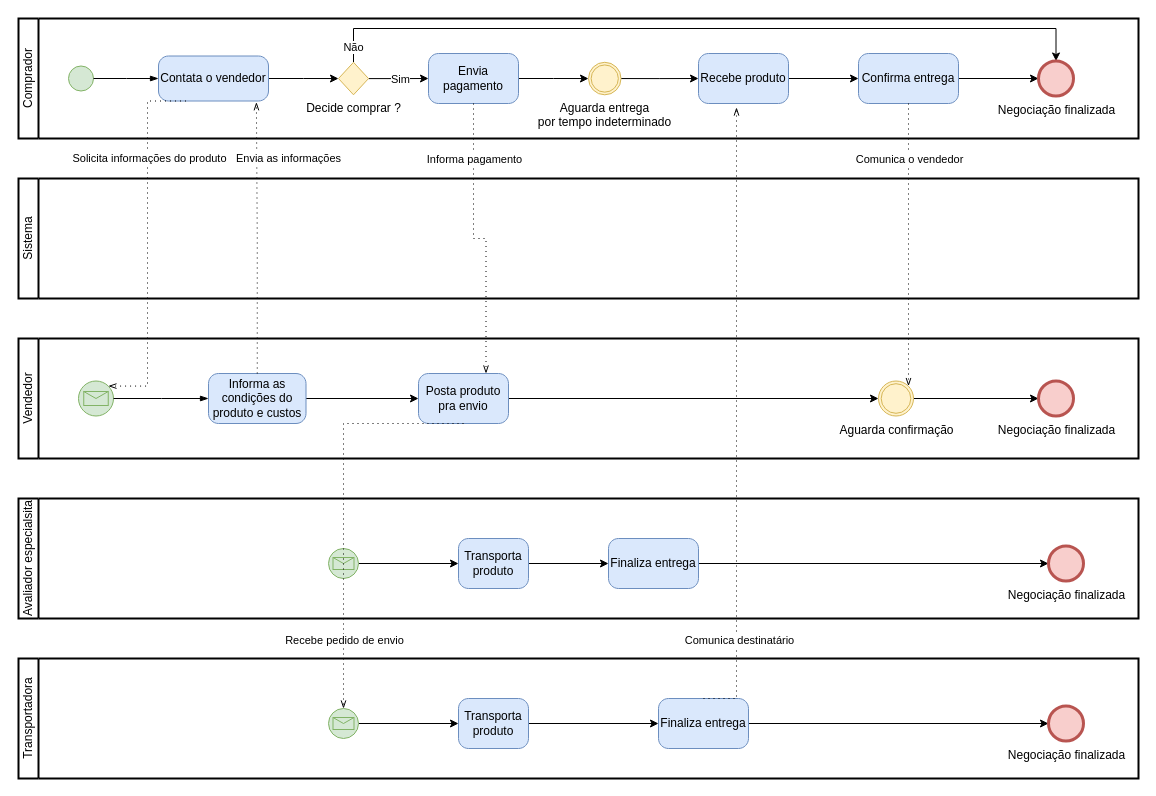
Earlier version of the draw.io diagram page "Modelo To Be" (2 of 2) of ModelagemProcessoNegocio.drawio (luca-moraes/projetoCorintoModelagem). Source tidied: cells renumbered, new cells numbered last; positions are measured from the earlier drawing's top-left corner, leaving out a move shared by most shapes. Both pictures are drawn from the tidied source at 100%, with x=0, y=0 at pixel (18, 18).
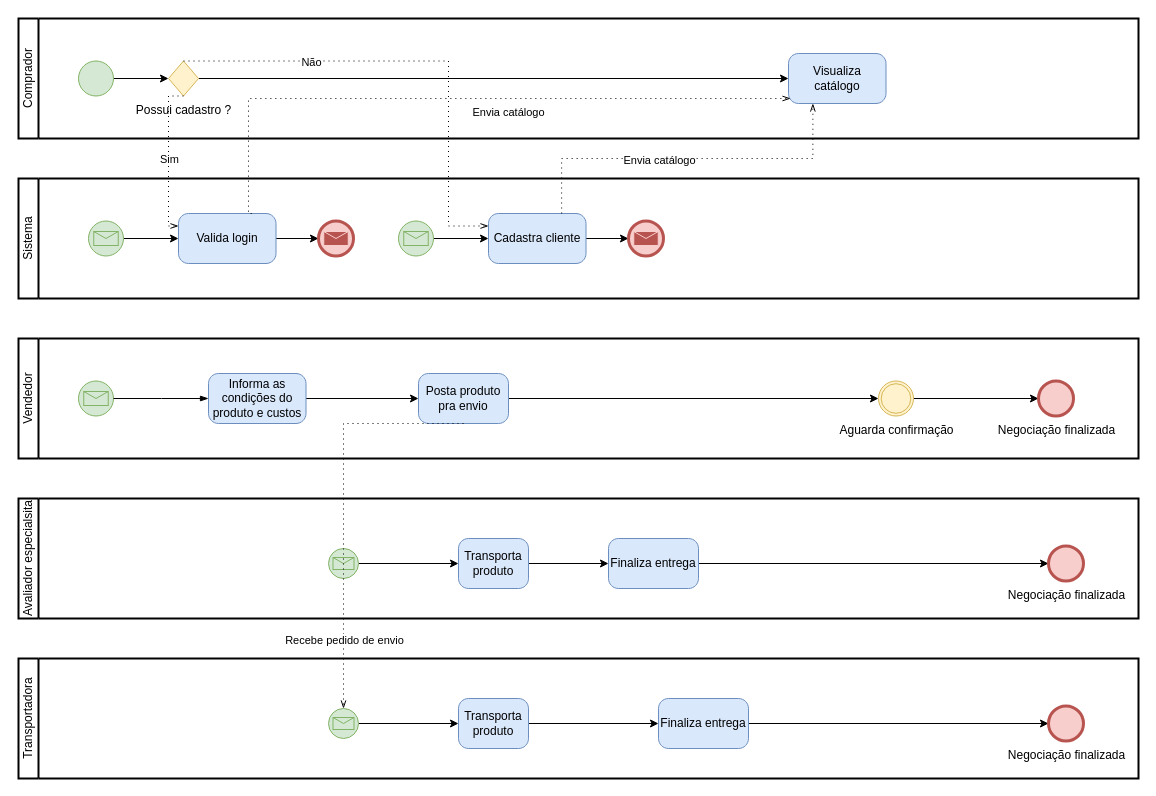
Above is the later version.

The change refers to these unchanged cells:
```xml
<mxCell id="2" value="Sistema" style="swimlane;html=1;startSize=20;fontStyle=0;horizontal=0;swimlaneLine=1;swimlaneFillColor=#ffffff;strokeWidth=2;whiteSpace=wrap;" parent="1" vertex="1">
  <mxGeometry y="160" width="1120" height="120" as="geometry" />
</mxCell>
<mxCell id="5" value="Finaliza entrega" style="points=[[0.25,0,0],[0.5,0,0],[0.75,0,0],[1,0.25,0],[1,0.5,0],[1,0.75,0],[0.75,1,0],[0.5,1,0],[0.25,1,0],[0,0.75,0],[0,0.5,0],[0,0.25,0]];shape=mxgraph.bpmn.task;whiteSpace=wrap;rectStyle=rounded;size=10;html=1;taskMarker=abstract;fillColor=#dae8fc;strokeColor=#6c8ebf;" parent="3" vertex="1">
  <mxGeometry x="640" y="40" width="90" height="50" as="geometry" />
</mxCell>
<mxCell id="19" value="Comprador" style="swimlane;html=1;startSize=20;fontStyle=0;horizontal=0;swimlaneLine=1;swimlaneFillColor=#ffffff;strokeWidth=2;whiteSpace=wrap;" parent="1" vertex="1">
  <mxGeometry width="1120" height="120" as="geometry" />
</mxCell>
<mxCell id="40" value="Informa as condições do produto e custos" style="points=[[0.25,0,0],[0.5,0,0],[0.75,0,0],[1,0.25,0],[1,0.5,0],[1,0.75,0],[0.75,1,0],[0.5,1,0],[0.25,1,0],[0,0.75,0],[0,0.5,0],[0,0.25,0]];shape=mxgraph.bpmn.task;whiteSpace=wrap;rectStyle=rounded;size=10;html=1;taskMarker=abstract;fillColor=#dae8fc;strokeColor=#6c8ebf;" parent="38" vertex="1">
  <mxGeometry x="190" y="35" width="97.5" height="50" as="geometry" />
</mxCell>
<mxCell id="41" style="points=[[0.145,0.145,0],[0.5,0,0],[0.855,0.145,0],[1,0.5,0],[0.855,0.855,0],[0.5,1,0],[0.145,0.855,0],[0,0.5,0]];shape=mxgraph.bpmn.event;html=1;verticalLabelPosition=bottom;labelBackgroundColor=#ffffff;verticalAlign=top;align=center;perimeter=ellipsePerimeter;outlineConnect=0;outline=standard;symbol=message;fillColor=#d5e8d4;strokeColor=#82b366;" parent="38" vertex="1">
  <mxGeometry x="60" y="42.5" width="35" height="35" as="geometry" />
</mxCell>
<mxCell id="44" value="Posta produto pra envio" style="points=[[0.25,0,0],[0.5,0,0],[0.75,0,0],[1,0.25,0],[1,0.5,0],[1,0.75,0],[0.75,1,0],[0.5,1,0],[0.25,1,0],[0,0.75,0],[0,0.5,0],[0,0.25,0]];shape=mxgraph.bpmn.task;whiteSpace=wrap;rectStyle=rounded;size=10;html=1;taskMarker=abstract;fillColor=#dae8fc;strokeColor=#6c8ebf;" parent="38" vertex="1">
  <mxGeometry x="400" y="35" width="90" height="50" as="geometry" />
</mxCell>
<mxCell id="46" value="Aguarda confirmação" style="points=[[0.145,0.145,0],[0.5,0,0],[0.855,0.145,0],[1,0.5,0],[0.855,0.855,0],[0.5,1,0],[0.145,0.855,0],[0,0.5,0]];shape=mxgraph.bpmn.event;html=1;verticalLabelPosition=bottom;labelBackgroundColor=#ffffff;verticalAlign=top;align=center;perimeter=ellipsePerimeter;outlineConnect=0;outline=throwing;symbol=general;fillColor=#fff2cc;strokeColor=#d6b656;" parent="38" vertex="1">
  <mxGeometry x="860" y="42.5" width="35" height="35" as="geometry" />
</mxCell>
```

What changed in the source:
```diff
@@
+    <mxCell id="60" style="edgeStyle=orthogonalEdgeStyle;rounded=0;jettySize=auto;html=1;" parent="2" edge="1" source="61" target="63">
+      <mxGeometry relative="1" as="geometry" />
+    </mxCell>
+    <mxCell id="61" style="points=[[0.145,0.145,0],[0.5,0,0],[0.855,0.145,0],[1,0.5,0],[0.855,0.855,0],[0.5,1,0],[0.145,0.855,0],[0,0.5,0]];shape=mxgraph.bpmn.event;html=1;verticalLabelPosition=bottom;labelBackgroundColor=#ffffff;verticalAlign=top;align=center;perimeter=ellipsePerimeter;outlineConnect=0;outline=standard;symbol=message;fillColor=#d5e8d4;strokeColor=#82b366;" parent="2" vertex="1">
+      <mxGeometry x="70" y="42.5" width="35" height="35" as="geometry" />
+    </mxCell>
+    <mxCell id="62" style="edgeStyle=orthogonalEdgeStyle;rounded=0;jettySize=auto;html=1;entryX=0;entryY=0.5;entryDx=0;entryDy=0;entryPerimeter=0;" parent="2" edge="1" source="63" target="64">
+      <mxGeometry relative="1" as="geometry" />
+    </mxCell>
+    <mxCell id="63" value="Valida login" style="points=[[0.25,0,0],[0.5,0,0],[0.75,0,0],[1,0.25,0],[1,0.5,0],[1,0.75,0],[0.75,1,0],[0.5,1,0],[0.25,1,0],[0,0.75,0],[0,0.5,0],[0,0.25,0]];shape=mxgraph.bpmn.task;whiteSpace=wrap;rectStyle=rounded;size=10;html=1;taskMarker=abstract;fillColor=#dae8fc;strokeColor=#6c8ebf;" parent="2" vertex="1">
+      <mxGeometry x="160" y="35" width="97.5" height="50" as="geometry" />
+    </mxCell>
+    <mxCell id="64" style="points=[[0.145,0.145,0],[0.5,0,0],[0.855,0.145,0],[1,0.5,0],[0.855,0.855,0],[0.5,1,0],[0.145,0.855,0],[0,0.5,0]];shape=mxgraph.bpmn.event;html=1;verticalLabelPosition=bottom;labelBackgroundColor=#ffffff;verticalAlign=top;align=center;perimeter=ellipsePerimeter;outlineConnect=0;outline=end;symbol=message;fillColor=#f8cecc;strokeColor=#b85450;" parent="2" vertex="1">
+      <mxGeometry x="300" y="42.5" width="35" height="35" as="geometry" />
+    </mxCell>
+    <mxCell id="65" style="edgeStyle=orthogonalEdgeStyle;rounded=0;jettySize=auto;html=1;entryX=0;entryY=0.5;entryDx=0;entryDy=0;entryPerimeter=0;" parent="2" edge="1" source="66" target="68">
+      <mxGeometry relative="1" as="geometry" />
+    </mxCell>
+    <mxCell id="66" style="points=[[0.145,0.145,0],[0.5,0,0],[0.855,0.145,0],[1,0.5,0],[0.855,0.855,0],[0.5,1,0],[0.145,0.855,0],[0,0.5,0]];shape=mxgraph.bpmn.event;html=1;verticalLabelPosition=bottom;labelBackgroundColor=#ffffff;verticalAlign=top;align=center;perimeter=ellipsePerimeter;outlineConnect=0;outline=standard;symbol=message;fillColor=#d5e8d4;strokeColor=#82b366;" parent="2" vertex="1">
+      <mxGeometry x="380" y="42.5" width="35" height="35" as="geometry" />
+    </mxCell>
+    <mxCell id="67" style="edgeStyle=orthogonalEdgeStyle;rounded=0;jettySize=auto;html=1;" parent="2" edge="1" source="68" target="69">
+      <mxGeometry relative="1" as="geometry" />
+    </mxCell>
+    <mxCell id="68" value="Cadastra cliente" style="points=[[0.25,0,0],[0.5,0,0],[0.75,0,0],[1,0.25,0],[1,0.5,0],[1,0.75,0],[0.75,1,0],[0.5,1,0],[0.25,1,0],[0,0.75,0],[0,0.5,0],[0,0.25,0]];shape=mxgraph.bpmn.task;whiteSpace=wrap;rectStyle=rounded;size=10;html=1;taskMarker=abstract;fillColor=#dae8fc;strokeColor=#6c8ebf;" parent="2" vertex="1">
+      <mxGeometry x="470" y="35" width="97.5" height="50" as="geometry" />
+    </mxCell>
+    <mxCell id="69" style="points=[[0.145,0.145,0],[0.5,0,0],[0.855,0.145,0],[1,0.5,0],[0.855,0.855,0],[0.5,1,0],[0.145,0.855,0],[0,0.5,0]];shape=mxgraph.bpmn.event;html=1;verticalLabelPosition=bottom;labelBackgroundColor=#ffffff;verticalAlign=top;align=center;perimeter=ellipsePerimeter;outlineConnect=0;outline=end;symbol=message;fillColor=#f8cecc;strokeColor=#b85450;" parent="2" vertex="1">
+      <mxGeometry x="610" y="42.5" width="35" height="35" as="geometry" />
+    </mxCell>
@@
-    <mxCell id="20" style="points=[[0.145,0.145,0],[0.5,0,0],[0.855,0.145,0],[1,0.5,0],[0.855,0.855,0],[0.5,1,0],[0.145,0.855,0],[0,0.5,0]];shape=mxgraph.bpmn.event;html=1;verticalLabelPosition=bottom;labelBackgroundColor=#ffffff;verticalAlign=top;align=center;perimeter=ellipsePerimeter;outlineConnect=0;outline=standard;symbol=general;fillColor=#d5e8d4;strokeColor=#82b366;" parent="19" vertex="1">
-      <mxGeometry x="50" y="47.5" width="25" height="25" as="geometry" />
-    </mxCell>
-    <mxCell id="21" style="edgeStyle=orthogonalEdgeStyle;rounded=0;jettySize=auto;html=1;entryX=0;entryY=0.5;entryDx=0;entryDy=0;entryPerimeter=0;" parent="19" edge="1" source="22" target="28">
-      <mxGeometry relative="1" as="geometry" />
-    </mxCell>
-    <mxCell id="22" value="Contata o vendedor" style="points=[[0.25,0,0],[0.5,0,0],[0.75,0,0],[1,0.25,0],[1,0.5,0],[1,0.75,0],[0.75,1,0],[0.5,1,0],[0.25,1,0],[0,0.75,0],[0,0.5,0],[0,0.25,0]];shape=mxgraph.bpmn.task;whiteSpace=wrap;rectStyle=rounded;size=10;html=1;taskMarker=abstract;fillColor=#dae8fc;strokeColor=#6c8ebf;" parent="19" vertex="1">
-      <mxGeometry x="140" y="37.5" width="110" height="45" as="geometry" />
-    </mxCell>
-    <mxCell id="23" style="edgeStyle=elbowEdgeStyle;fontSize=12;html=1;endArrow=blockThin;endFill=1;rounded=0;exitX=1;exitY=0.5;exitDx=0;exitDy=0;exitPerimeter=0;entryX=0;entryY=0.5;entryDx=0;entryDy=0;entryPerimeter=0;" parent="19" edge="1" source="20" target="22">
-      <mxGeometry relative="1" as="geometry" />
-    </mxCell>
-    <mxCell id="24" style="edgeStyle=orthogonalEdgeStyle;rounded=0;jettySize=auto;html=1;entryX=0;entryY=0.5;entryDx=0;entryDy=0;entryPerimeter=0;" parent="19" edge="1" source="28" target="30">
-      <mxGeometry relative="1" as="geometry" />
-    </mxCell>
-    <mxCell id="25" value="Sim" style="edgeLabel;html=1;align=center;verticalAlign=middle;" parent="24" vertex="1">
-      <mxGeometry x="0.07" relative="1" as="geometry" />
-    </mxCell>
-    <mxCell id="26" style="edgeStyle=orthogonalEdgeStyle;rounded=0;jettySize=auto;html=1;entryX=0.5;entryY=0;entryDx=0;entryDy=0;entryPerimeter=0;" parent="19" edge="1" source="28" target="37">
-      <mxGeometry relative="1" as="geometry">
-        <Array as="points">
-          <mxPoint x="335" y="10" />
-          <mxPoint x="1038" y="10" />
-        </Array>
-      </mxGeometry>
-    </mxCell>
-    <mxCell id="27" value="Não" style="edgeLabel;html=1;align=center;verticalAlign=middle;" parent="26" vertex="1">
-      <mxGeometry x="-0.96" y="1" relative="1" as="geometry" />
-    </mxCell>
-    <mxCell id="28" value="Decide comprar ?" style="points=[[0.25,0.25,0],[0.5,0,0],[0.75,0.25,0],[1,0.5,0],[0.75,0.75,0],[0.5,1,0],[0.25,0.75,0],[0,0.5,0]];shape=mxgraph.bpmn.gateway2;html=1;verticalLabelPosition=bottom;labelBackgroundColor=#ffffff;verticalAlign=top;align=center;perimeter=rhombusPerimeter;outlineConnect=0;outline=none;symbol=none;fillColor=#fff2cc;strokeColor=#d6b656;" parent="19" vertex="1">
-      <mxGeometry x="320" y="43.8" width="30" height="32.5" as="geometry" />
-    </mxCell>
-    <mxCell id="29" style="edgeStyle=orthogonalEdgeStyle;rounded=0;jettySize=auto;html=1;entryX=0;entryY=0.5;entryDx=0;entryDy=0;entryPerimeter=0;" parent="19" edge="1" source="30" target="34">
-      <mxGeometry relative="1" as="geometry" />
-    </mxCell>
-    <mxCell id="30" value="Envia pagamento" style="points=[[0.25,0,0],[0.5,0,0],[0.75,0,0],[1,0.25,0],[1,0.5,0],[1,0.75,0],[0.75,1,0],[0.5,1,0],[0.25,1,0],[0,0.75,0],[0,0.5,0],[0,0.25,0]];shape=mxgraph.bpmn.task;whiteSpace=wrap;rectStyle=rounded;size=10;html=1;taskMarker=abstract;fillColor=#dae8fc;strokeColor=#6c8ebf;" parent="19" vertex="1">
-      <mxGeometry x="410" y="35" width="90" height="50" as="geometry" />
-    </mxCell>
-    <mxCell id="31" style="edgeStyle=orthogonalEdgeStyle;rounded=0;jettySize=auto;html=1;entryX=0;entryY=0.5;entryDx=0;entryDy=0;entryPerimeter=0;" parent="19" edge="1" source="32" target="36">
-      <mxGeometry relative="1" as="geometry" />
-    </mxCell>
-    <mxCell id="32" value="Recebe produto" style="points=[[0.25,0,0],[0.5,0,0],[0.75,0,0],[1,0.25,0],[1,0.5,0],[1,0.75,0],[0.75,1,0],[0.5,1,0],[0.25,1,0],[0,0.75,0],[0,0.5,0],[0,0.25,0]];shape=mxgraph.bpmn.task;whiteSpace=wrap;rectStyle=rounded;size=10;html=1;taskMarker=abstract;fillColor=#dae8fc;strokeColor=#6c8ebf;" parent="19" vertex="1">
-      <mxGeometry x="680" y="35" width="90" height="50" as="geometry" />
-    </mxCell>
-    <mxCell id="33" style="edgeStyle=orthogonalEdgeStyle;rounded=0;jettySize=auto;html=1;exitX=1;exitY=0.5;exitDx=0;exitDy=0;exitPerimeter=0;" parent="19" edge="1" source="34" target="32">
-      <mxGeometry relative="1" as="geometry" />
-    </mxCell>
-    <mxCell id="34" value="Aguarda entrega &lt;br&gt;por tempo indeterminado" style="points=[[0.145,0.145,0],[0.5,0,0],[0.855,0.145,0],[1,0.5,0],[0.855,0.855,0],[0.5,1,0],[0.145,0.855,0],[0,0.5,0]];shape=mxgraph.bpmn.event;html=1;verticalLabelPosition=bottom;labelBackgroundColor=#ffffff;verticalAlign=top;align=center;perimeter=ellipsePerimeter;outlineConnect=0;outline=throwing;symbol=general;fillColor=#fff2cc;strokeColor=#d6b656;" parent="19" vertex="1">
-      <mxGeometry x="570" y="43.8" width="32.5" height="32.5" as="geometry" />
-    </mxCell>
-    <mxCell id="35" style="edgeStyle=orthogonalEdgeStyle;rounded=0;jettySize=auto;html=1;" parent="19" edge="1" source="36" target="37">
-      <mxGeometry relative="1" as="geometry" />
-    </mxCell>
-    <mxCell id="36" value="Confirma entrega" style="points=[[0.25,0,0],[0.5,0,0],[0.75,0,0],[1,0.25,0],[1,0.5,0],[1,0.75,0],[0.75,1,0],[0.5,1,0],[0.25,1,0],[0,0.75,0],[0,0.5,0],[0,0.25,0]];shape=mxgraph.bpmn.task;whiteSpace=wrap;rectStyle=rounded;size=10;html=1;taskMarker=abstract;fillColor=#dae8fc;strokeColor=#6c8ebf;" parent="19" vertex="1">
-      <mxGeometry x="840" y="35" width="100" height="50" as="geometry" />
-    </mxCell>
-    <mxCell id="37" value="Negociação finalizada" style="points=[[0.145,0.145,0],[0.5,0,0],[0.855,0.145,0],[1,0.5,0],[0.855,0.855,0],[0.5,1,0],[0.145,0.855,0],[0,0.5,0]];shape=mxgraph.bpmn.event;html=1;verticalLabelPosition=bottom;labelBackgroundColor=#ffffff;verticalAlign=top;align=center;perimeter=ellipsePerimeter;outlineConnect=0;outline=end;symbol=terminate2;fillColor=#f8cecc;strokeColor=#b85450;" parent="19" vertex="1">
-      <mxGeometry x="1020" y="42.5" width="35" height="35" as="geometry" />
-    </mxCell>
+    <mxCell id="70" style="edgeStyle=orthogonalEdgeStyle;rounded=0;jettySize=auto;html=1;entryX=0;entryY=0.5;entryDx=0;entryDy=0;entryPerimeter=0;" parent="19" edge="1" source="71" target="73">
+      <mxGeometry relative="1" as="geometry" />
+    </mxCell>
+    <mxCell id="71" style="points=[[0.145,0.145,0],[0.5,0,0],[0.855,0.145,0],[1,0.5,0],[0.855,0.855,0],[0.5,1,0],[0.145,0.855,0],[0,0.5,0]];shape=mxgraph.bpmn.event;html=1;verticalLabelPosition=bottom;labelBackgroundColor=#ffffff;verticalAlign=top;align=center;perimeter=ellipsePerimeter;outlineConnect=0;outline=standard;symbol=general;fillColor=#d5e8d4;strokeColor=#82b366;" parent="19" vertex="1">
+      <mxGeometry x="60" y="42.5" width="35" height="35" as="geometry" />
+    </mxCell>
+    <mxCell id="72" style="edgeStyle=orthogonalEdgeStyle;rounded=0;jettySize=auto;html=1;entryX=0;entryY=0.5;entryDx=0;entryDy=0;entryPerimeter=0;" parent="19" edge="1" source="73" target="74">
+      <mxGeometry relative="1" as="geometry" />
+    </mxCell>
+    <mxCell id="73" value="Possui cadastro ?" style="points=[[0.25,0.25,0],[0.5,0,0],[0.75,0.25,0],[1,0.5,0],[0.75,0.75,0],[0.5,1,0],[0.25,0.75,0],[0,0.5,0]];shape=mxgraph.bpmn.gateway2;html=1;verticalLabelPosition=bottom;labelBackgroundColor=#ffffff;verticalAlign=top;align=center;perimeter=rhombusPerimeter;outlineConnect=0;outline=none;symbol=none;fillColor=#fff2cc;strokeColor=#d6b656;" parent="19" vertex="1">
+      <mxGeometry x="150" y="42.5" width="30" height="35" as="geometry" />
+    </mxCell>
+    <mxCell id="74" value="Visualiza catálogo" style="points=[[0.25,0,0],[0.5,0,0],[0.75,0,0],[1,0.25,0],[1,0.5,0],[1,0.75,0],[0.75,1,0],[0.5,1,0],[0.25,1,0],[0,0.75,0],[0,0.5,0],[0,0.25,0]];shape=mxgraph.bpmn.task;whiteSpace=wrap;rectStyle=rounded;size=10;html=1;taskMarker=abstract;fillColor=#dae8fc;strokeColor=#6c8ebf;" parent="19" vertex="1">
+      <mxGeometry x="770" y="35" width="97.5" height="50" as="geometry" />
+    </mxCell>
@@
-    <mxCell id="48" style="edgeStyle=elbowEdgeStyle;fontSize=12;html=1;endFill=0;startFill=0;endSize=6;startSize=6;dashed=1;dashPattern=1 4;endArrow=openThin;startArrow=none;rounded=0;exitX=0.25;exitY=1;exitDx=0;exitDy=0;exitPerimeter=0;entryX=0.855;entryY=0.145;entryDx=0;entryDy=0;entryPerimeter=0;" parent="1" edge="1" source="22" target="41">
-      <mxGeometry relative="1" as="geometry" />
-    </mxCell>
-    <mxCell id="49" value="Solicita informações do produto" style="edgeLabel;html=1;align=center;verticalAlign=middle;" parent="48" vertex="1">
-      <mxGeometry x="-0.1" relative="1" as="geometry">
-        <mxPoint x="1" y="-68" as="offset" />
-      </mxGeometry>
-    </mxCell>
-    <mxCell id="50" style="edgeStyle=elbowEdgeStyle;fontSize=12;html=1;endFill=0;startFill=0;endSize=6;startSize=6;dashed=1;dashPattern=1 4;endArrow=openThin;startArrow=none;rounded=0;entryX=0.89;entryY=1.028;entryDx=0;entryDy=0;entryPerimeter=0;exitX=0.5;exitY=0;exitDx=0;exitDy=0;exitPerimeter=0;elbow=vertical;" parent="1" edge="1" source="40" target="22">
-      <mxGeometry relative="1" as="geometry" />
-    </mxCell>
-    <mxCell id="51" value="Envia as informações" style="edgeLabel;html=1;align=center;verticalAlign=middle;" parent="50" vertex="1">
-      <mxGeometry x="-0.18" y="-1" relative="1" as="geometry">
-        <mxPoint x="30" y="-104" as="offset" />
-      </mxGeometry>
-    </mxCell>
-    <mxCell id="52" style="edgeStyle=elbowEdgeStyle;fontSize=12;html=1;endFill=0;startFill=0;endSize=6;startSize=6;dashed=1;dashPattern=1 4;endArrow=openThin;startArrow=none;rounded=0;exitX=0.5;exitY=1;exitDx=0;exitDy=0;exitPerimeter=0;entryX=0.75;entryY=0;entryDx=0;entryDy=0;entryPerimeter=0;elbow=vertical;" parent="1" edge="1" source="30" target="44">
-      <mxGeometry relative="1" as="geometry" />
-    </mxCell>
-    <mxCell id="53" value="Informa pagamento" style="edgeLabel;html=1;align=center;verticalAlign=middle;" parent="52" vertex="1">
-      <mxGeometry x="-0.15" y="-1" relative="1" as="geometry">
-        <mxPoint x="1" y="-65" as="offset" />
-      </mxGeometry>
-    </mxCell>
@@
-    <mxCell id="56" style="edgeStyle=elbowEdgeStyle;fontSize=12;html=1;endFill=0;startFill=0;endSize=6;startSize=6;dashed=1;dashPattern=1 4;endArrow=openThin;startArrow=none;rounded=0;entryX=0.422;entryY=1.08;entryDx=0;entryDy=0;entryPerimeter=0;exitX=0.5;exitY=0;exitDx=0;exitDy=0;exitPerimeter=0;" parent="1" edge="1" source="5" target="32">
-      <mxGeometry relative="1" as="geometry">
-        <Array as="points">
-          <mxPoint x="718" y="400" />
-        </Array>
-      </mxGeometry>
-    </mxCell>
-    <mxCell id="57" value="Comunica destinatário" style="edgeLabel;html=1;align=center;verticalAlign=middle;" parent="56" vertex="1">
-      <mxGeometry x="-0.41" y="-2" relative="1" as="geometry">
-        <mxPoint y="92" as="offset" />
-      </mxGeometry>
-    </mxCell>
-    <mxCell id="58" style="edgeStyle=elbowEdgeStyle;fontSize=12;html=1;endFill=0;startFill=0;endSize=6;startSize=6;dashed=1;dashPattern=1 4;endArrow=openThin;startArrow=none;rounded=0;exitX=0.5;exitY=1;exitDx=0;exitDy=0;exitPerimeter=0;entryX=0.855;entryY=0.145;entryDx=0;entryDy=0;entryPerimeter=0;" parent="1" edge="1" source="36" target="46">
-      <mxGeometry relative="1" as="geometry" />
-    </mxCell>
-    <mxCell id="59" value="Comunica o vendedor" style="edgeLabel;html=1;align=center;verticalAlign=middle;" parent="58" vertex="1">
-      <mxGeometry x="-0.12" y="2" relative="1" as="geometry">
-        <mxPoint x="-2" y="-69" as="offset" />
-      </mxGeometry>
-    </mxCell>
+    <mxCell id="75" style="edgeStyle=elbowEdgeStyle;fontSize=12;html=1;endFill=0;startFill=0;endSize=6;startSize=6;dashed=1;dashPattern=1 4;endArrow=openThin;startArrow=none;rounded=0;entryX=0.021;entryY=0.9;entryDx=0;entryDy=0;entryPerimeter=0;exitX=0.75;exitY=0;exitDx=0;exitDy=0;exitPerimeter=0;elbow=horizontal;" parent="1" edge="1" source="63" target="74">
+      <mxGeometry relative="1" as="geometry">
+        <Array as="points">
+          <mxPoint x="230" y="130" />
+        </Array>
+      </mxGeometry>
+    </mxCell>
+    <mxCell id="76" value="Envia catálogo" style="edgeLabel;html=1;align=center;verticalAlign=middle;" parent="75" vertex="1">
+      <mxGeometry x="0.14" relative="1" as="geometry">
+        <mxPoint x="2" y="13" as="offset" />
+      </mxGeometry>
+    </mxCell>
+    <mxCell id="77" style="edgeStyle=elbowEdgeStyle;fontSize=12;html=1;endFill=0;startFill=0;endSize=6;startSize=6;dashed=1;dashPattern=1 4;endArrow=openThin;startArrow=none;rounded=0;entryX=0;entryY=0.25;entryDx=0;entryDy=0;entryPerimeter=0;exitX=0.5;exitY=1;exitDx=0;exitDy=0;exitPerimeter=0;" parent="1" edge="1" source="73" target="63">
+      <mxGeometry relative="1" as="geometry">
+        <Array as="points">
+          <mxPoint x="150" y="160" />
+          <mxPoint x="180" y="140" />
+        </Array>
+      </mxGeometry>
+    </mxCell>
+    <mxCell id="25" value="Sim" style="edgeLabel;html=1;align=center;verticalAlign=middle;" parent="77" vertex="1">
+      <mxGeometry x="-0.18" y="-3" relative="1" as="geometry">
+        <mxPoint x="3" y="14" as="offset" />
+      </mxGeometry>
+    </mxCell>
+    <mxCell id="78" style="edgeStyle=elbowEdgeStyle;fontSize=12;html=1;endFill=0;startFill=0;endSize=6;startSize=6;dashed=1;dashPattern=1 4;endArrow=openThin;startArrow=none;rounded=0;entryX=0;entryY=0.25;entryDx=0;entryDy=0;entryPerimeter=0;exitX=0.5;exitY=0;exitDx=0;exitDy=0;exitPerimeter=0;" parent="1" edge="1" source="73" target="68">
+      <mxGeometry relative="1" as="geometry">
+        <Array as="points">
+          <mxPoint x="430" y="120" />
+        </Array>
+      </mxGeometry>
+    </mxCell>
+    <mxCell id="27" value="Não" style="edgeLabel;html=1;align=center;verticalAlign=middle;" parent="78" vertex="1">
+      <mxGeometry x="-0.46" relative="1" as="geometry">
+        <mxPoint y="1" as="offset" />
+      </mxGeometry>
+    </mxCell>
+    <mxCell id="79" style="edgeStyle=elbowEdgeStyle;fontSize=12;html=1;endFill=0;startFill=0;endSize=6;startSize=6;dashed=1;dashPattern=1 4;endArrow=openThin;startArrow=none;rounded=0;entryX=0.25;entryY=1;entryDx=0;entryDy=0;entryPerimeter=0;exitX=0.75;exitY=0;exitDx=0;exitDy=0;exitPerimeter=0;elbow=vertical;" parent="1" edge="1" source="68" target="74">
+      <mxGeometry relative="1" as="geometry">
+        <Array as="points">
+          <mxPoint x="590" y="140" />
+        </Array>
+      </mxGeometry>
+    </mxCell>
+    <mxCell id="80" value="Envia catálogo" style="edgeLabel;html=1;align=center;verticalAlign=middle;" parent="79" vertex="1">
+      <mxGeometry x="-0.16" y="-1" relative="1" as="geometry" />
+    </mxCell>
```
